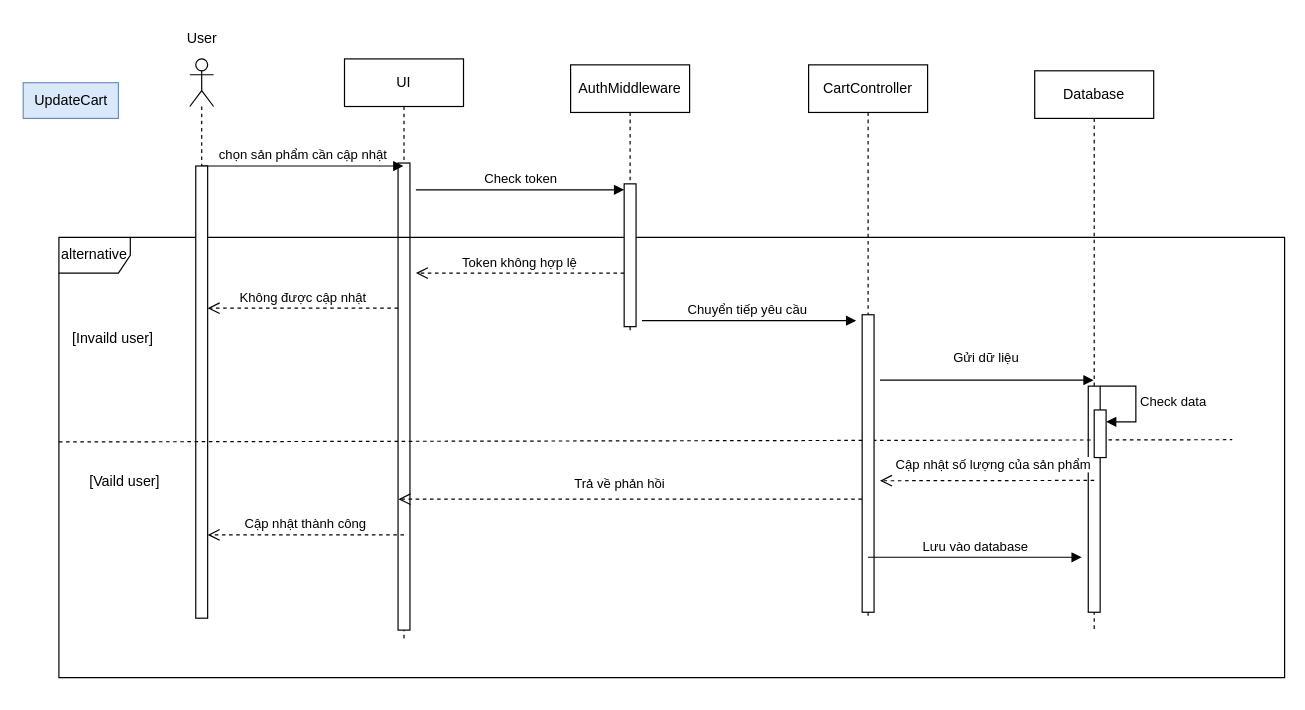
Earlier version of the draw.io diagram UpdateCart.drawio (letham1612/test.ithub). Source tidied: cells renumbered, new cells numbered last; positions are measured from the earlier drawing's top-left corner, leaving out a move shared by most shapes. Both pictures are drawn from the tidied source at 119%, with x=0, y=0 at pixel (23, 20).
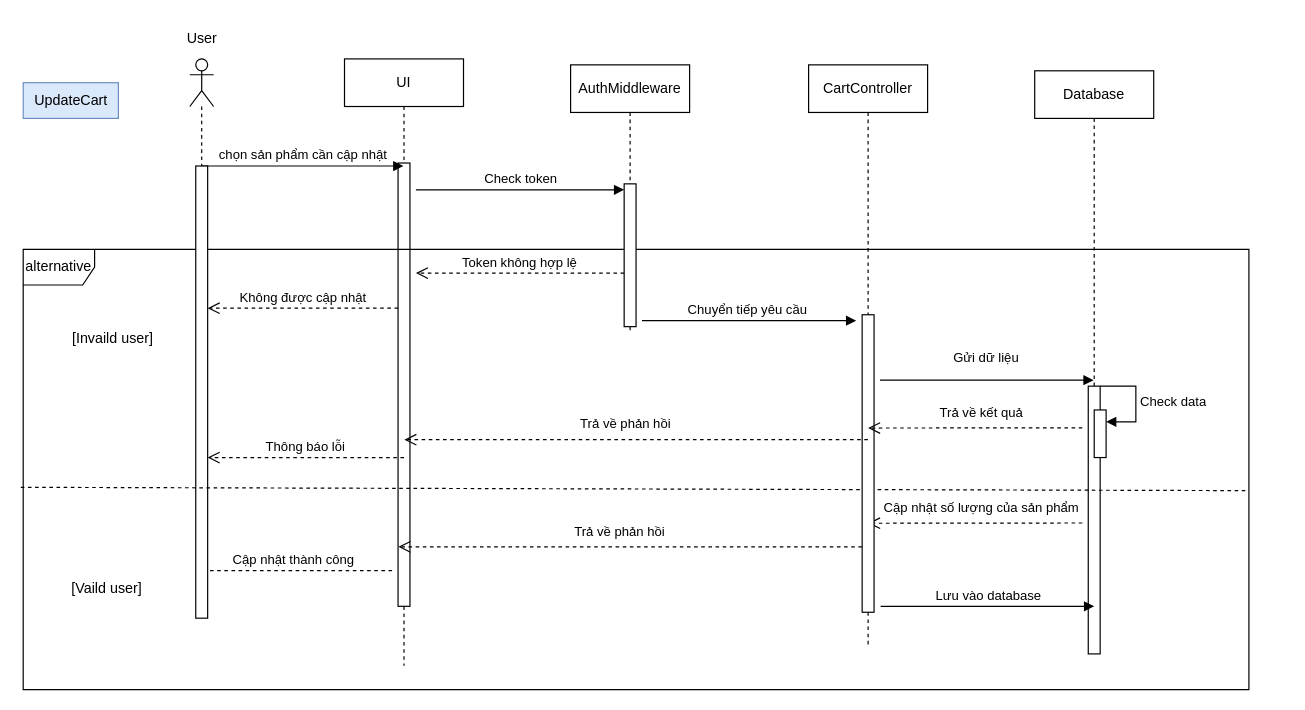
The same diagram, later.

The edit, as a diff of the source:
```diff
@@
     <mxCell id="4" value="UI" style="shape=umlLifeline;perimeter=lifelinePerimeter;whiteSpace=wrap;html=1;outlineConnect=0;portConstraint=eastwest;newEdgeStyle={&quot;curved&quot;:0,&quot;rounded&quot;:0};" parent="1" vertex="1">
-      <mxGeometry x="270" y="32" width="100" height="490" as="geometry" />
+      <mxGeometry x="270" y="32" width="100" height="510" as="geometry" />
     </mxCell>
     <mxCell id="5" style="html=1;points=[[0,0,0,0,5],[0,1,0,0,-5],[1,0,0,0,5],[1,1,0,0,-5]];perimeter=orthogonalPerimeter;outlineConnect=0;targetShapes=umlLifeline;portConstraint=eastwest;newEdgeStyle={&quot;curved&quot;:0,&quot;rounded&quot;:0};" parent="4" vertex="1">
-      <mxGeometry x="45" y="87.5" width="10" height="392.5" as="geometry" />
+      <mxGeometry x="45" y="87.5" width="10" height="372.5" as="geometry" />
     </mxCell>
     <mxCell id="6" value="Database" style="shape=umlLifeline;perimeter=lifelinePerimeter;whiteSpace=wrap;html=1;outlineConnect=0;portConstraint=eastwest;newEdgeStyle={&quot;curved&quot;:0,&quot;rounded&quot;:0};" parent="1" vertex="1">
-      <mxGeometry x="850" y="42" width="100" height="470" as="geometry" />
+      <mxGeometry x="850" y="42" width="100" height="490" as="geometry" />
     </mxCell>
     <mxCell id="7" style="html=1;perimeter=orthogonalPerimeter;targetShapes=umlLifeline;newEdgeStyle={&quot;curved&quot;:0,&quot;rounded&quot;:0};" parent="6" vertex="1">
-      <mxGeometry x="45" y="265" width="10" height="190" as="geometry" />
+      <mxGeometry x="45" y="265" width="10" height="225" as="geometry" />
     </mxCell>
@@
     <mxCell id="9" value="alternative" style="shape=umlFrame;whiteSpace=wrap;html=1;" parent="1" vertex="1">
-      <mxGeometry x="30" y="182" width="1030" height="370" as="geometry" />
+      <mxGeometry y="192" width="1030" height="370" as="geometry" />
     </mxCell>
@@
     <mxCell id="11" value="[Vaild user]" style="text;html=1;align=center;verticalAlign=middle;strokeColor=none;fillColor=none;" parent="1" vertex="1">
-      <mxGeometry x="45" y="372" width="80" height="30" as="geometry" />
+      <mxGeometry x="30" y="462" width="80" height="30" as="geometry" />
     </mxCell>
     <mxCell id="12" value="Cập nhật thành công" style="html=1;verticalAlign=bottom;endArrow=open;dashed=1;endSize=8;curved=0;rounded=0;" parent="1" edge="1">
       <mxGeometry relative="1" as="geometry">
-        <mxPoint x="320" y="432" as="sourcePoint" />
-        <mxPoint x="155" y="432" as="targetPoint" />
+        <mxPoint x="310" y="462" as="sourcePoint" />
+        <mxPoint x="145" y="462" as="targetPoint" />
       </mxGeometry>
     </mxCell>
@@
     <mxCell id="14" value="&lt;span class=&quot;hljs-selector-tag&quot;&gt;C&lt;/span&gt;ậ&lt;span class=&quot;hljs-selector-tag&quot;&gt;p&lt;/span&gt; &lt;span class=&quot;hljs-selector-tag&quot;&gt;nh&lt;/span&gt;ậ&lt;span class=&quot;hljs-selector-tag&quot;&gt;t&lt;/span&gt; &lt;span class=&quot;hljs-selector-tag&quot;&gt;s&lt;/span&gt;ố &lt;span class=&quot;hljs-selector-tag&quot;&gt;l&lt;/span&gt;ượ&lt;span class=&quot;hljs-selector-tag&quot;&gt;ng&lt;/span&gt; &lt;span class=&quot;hljs-selector-tag&quot;&gt;c&lt;/span&gt;ủ&lt;span class=&quot;hljs-selector-tag&quot;&gt;a&lt;/span&gt; &lt;span class=&quot;hljs-selector-tag&quot;&gt;s&lt;/span&gt;ả&lt;span class=&quot;hljs-selector-tag&quot;&gt;n&lt;/span&gt; &lt;span class=&quot;hljs-selector-tag&quot;&gt;ph&lt;/span&gt;ẩ&lt;span class=&quot;hljs-selector-tag&quot;&gt;m&lt;/span&gt;" style="html=1;verticalAlign=bottom;endArrow=open;dashed=1;endSize=8;curved=0;rounded=0;" parent="1" edge="1">
       <mxGeometry x="-0.07" y="-4" relative="1" as="geometry">
-        <mxPoint x="900" y="386.2" as="sourcePoint" />
-        <mxPoint x="720" y="386.5" as="targetPoint" />
+        <mxPoint x="890" y="422" as="sourcePoint" />
+        <mxPoint x="710" y="422.2" as="targetPoint" />
         <mxPoint x="-1" as="offset" />
       </mxGeometry>
     </mxCell>
@@
-    <mxCell id="16" style="endArrow=none;dashed=1;html=1;rounded=0;exitX=0.005;exitY=0.601;exitDx=0;exitDy=0;exitPerimeter=0;entryX=0.996;entryY=0.396;entryDx=0;entryDy=0;entryPerimeter=0;" parent="1" edge="1">
+    <mxCell id="16" style="endArrow=none;dashed=1;html=1;rounded=0;exitX=-0.002;exitY=0.506;exitDx=0;exitDy=0;exitPerimeter=0;entryX=0.996;entryY=0.396;entryDx=0;entryDy=0;entryPerimeter=0;" parent="1" edge="1">
       <mxGeometry relative="1" as="geometry">
-        <mxPoint x="30" y="353.9" as="sourcePoint" />
-        <mxPoint x="1016" y="352" as="targetPoint" />
+        <mxPoint x="-2" y="392" as="sourcePoint" />
+        <mxPoint x="1027.1" y="394.8" as="targetPoint" />
       </mxGeometry>
     </mxCell>
@@
     <mxCell id="19" value="Trả về phản hồi" style="html=1;verticalAlign=bottom;endArrow=open;dashed=1;endSize=8;curved=0;rounded=0;" parent="1" edge="1">
       <mxGeometry x="0.05" y="-4" relative="1" as="geometry">
-        <mxPoint x="704.8" y="402" as="sourcePoint" />
-        <mxPoint x="315.3" y="402" as="targetPoint" />
+        <mxPoint x="704.8" y="442" as="sourcePoint" />
+        <mxPoint x="315.3" y="442" as="targetPoint" />
       </mxGeometry>
     </mxCell>
@@
     <mxCell id="24" value="CartController" style="shape=umlLifeline;perimeter=lifelinePerimeter;whiteSpace=wrap;html=1;newEdgeStyle={&quot;curved&quot;:0,&quot;rounded&quot;:0};" parent="1" vertex="1">
-      <mxGeometry x="660" y="37" width="100" height="465" as="geometry" />
+      <mxGeometry x="660" y="37" width="100" height="490" as="geometry" />
     </mxCell>
@@
     <mxCell id="29" value="Lưu vào database" style="html=1;verticalAlign=bottom;endArrow=block;curved=0;rounded=0;" parent="1" edge="1">
       <mxGeometry relative="1" as="geometry">
-        <mxPoint x="710" y="450.8" as="sourcePoint" />
-        <mxPoint x="889.5" y="450.8" as="targetPoint" />
+        <mxPoint x="720.5" y="492" as="sourcePoint" />
+        <mxPoint x="900" y="492" as="targetPoint" />
       </mxGeometry>
     </mxCell>
+    <mxCell id="30" value="Trả về kết quả" style="html=1;verticalAlign=bottom;endArrow=open;dashed=1;endSize=8;curved=0;rounded=0;" parent="1" edge="1">
+      <mxGeometry x="-0.07" y="-4" relative="1" as="geometry">
+        <mxPoint x="890" y="342" as="sourcePoint" />
+        <mxPoint x="710" y="342.2" as="targetPoint" />
+        <mxPoint x="-1" as="offset" />
+      </mxGeometry>
+    </mxCell>
+    <mxCell id="31" value="Trả về phản hồi" style="html=1;verticalAlign=bottom;endArrow=open;dashed=1;endSize=8;curved=0;rounded=0;" parent="1" edge="1">
+      <mxGeometry x="0.05" y="-4" relative="1" as="geometry">
+        <mxPoint x="709.8" y="352" as="sourcePoint" />
+        <mxPoint x="320.3" y="352" as="targetPoint" />
+      </mxGeometry>
+    </mxCell>
+    <mxCell id="32" value="Thông báo lỗi" style="html=1;verticalAlign=bottom;endArrow=open;dashed=1;endSize=8;curved=0;rounded=0;" parent="1" edge="1">
+      <mxGeometry relative="1" as="geometry">
+        <mxPoint x="320" y="367" as="sourcePoint" />
+        <mxPoint x="155" y="367" as="targetPoint" />
+      </mxGeometry>
+    </mxCell>
```
